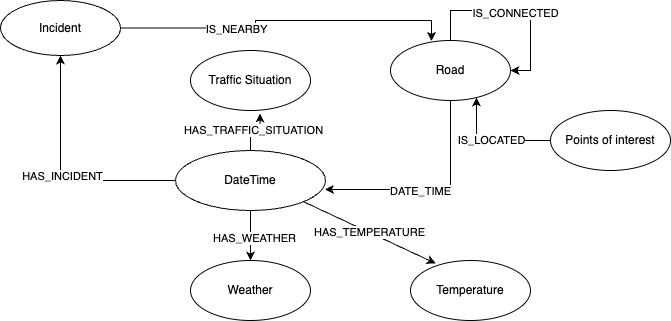
The draw.io diagram documents/ontology_graphic/ontology.png in yikaiyang/SS22-Knowledge-Graph, before a commit. Source tidied: cells renumbered, new cells last; positions are measured from the earlier drawing's top-left corner, leaving out a move shared by most shapes.
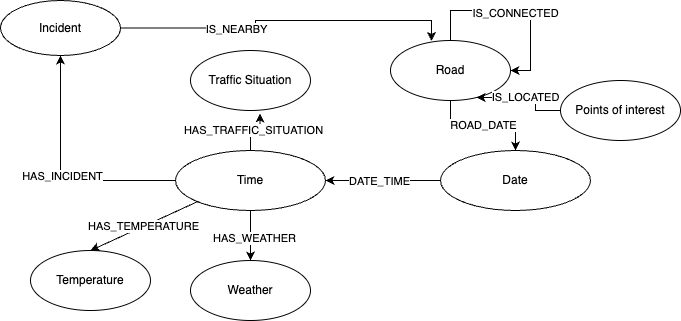
Later version of the same file.

Diff of the diagram source:
```diff
@@ -2,18 +2,9 @@
   <root>
     <mxCell id="0" />
     <mxCell id="1" parent="0" />
-    <mxCell id="2" style="edgeStyle=orthogonalEdgeStyle;rounded=0;jettySize=auto;html=1;entryX=0.996;entryY=0.65;entryDx=0;entryDy=0;entryPerimeter=0;" parent="1" edge="1" source="4" target="12">
-      <mxGeometry relative="1" as="geometry">
-        <Array as="points">
-          <mxPoint x="450" y="189" />
-        </Array>
-      </mxGeometry>
-    </mxCell>
-    <mxCell id="3" value="DATE_TIME" style="edgeLabel;html=1;align=center;verticalAlign=middle;" parent="2" vertex="1">
-      <mxGeometry x="0.09" y="2" relative="1" as="geometry">
-        <mxPoint x="-3" y="-1" as="offset" />
-      </mxGeometry>
-    </mxCell>
+    <mxCell id="22" value="ROAD_DATE" style="edgeStyle=orthogonalEdgeStyle;rounded=0;jettySize=auto;html=1;entryX=0.5;entryY=0;entryDx=0;entryDy=0;" parent="1" edge="1" source="4" target="24">
+      <mxGeometry relative="1" as="geometry" />
+    </mxCell>
     <mxCell id="4" value="Road" style="ellipse;whiteSpace=wrap;html=1;" parent="1" vertex="1">
       <mxGeometry x="390" y="40" width="120" height="60" as="geometry" />
     </mxCell>
@@ -21,7 +12,7 @@
       <mxGeometry relative="1" as="geometry" />
     </mxCell>
     <mxCell id="6" value="Points of interest" style="ellipse;whiteSpace=wrap;html=1;" parent="1" vertex="1">
-      <mxGeometry x="550" y="110" width="120" height="60" as="geometry" />
+      <mxGeometry x="560" y="80" width="120" height="60" as="geometry" />
     </mxCell>
     <mxCell id="7" style="edgeStyle=orthogonalEdgeStyle;rounded=0;jettySize=auto;html=1;entryX=0.5;entryY=0;entryDx=0;entryDy=0;" parent="1" edge="1" source="12" target="14">
       <mxGeometry relative="1" as="geometry" />
@@ -38,7 +29,7 @@
     <mxCell id="11" value="HAS_TRAFFIC_SITUATION" style="edgeStyle=orthogonalEdgeStyle;rounded=0;jettySize=auto;html=1;entryX=0.579;entryY=1.05;entryDx=0;entryDy=0;entryPerimeter=0;" parent="1" edge="1" source="12" target="13">
       <mxGeometry relative="1" as="geometry" />
     </mxCell>
-    <mxCell id="12" value="DateTime" style="ellipse;whiteSpace=wrap;html=1;" parent="1" vertex="1">
+    <mxCell id="12" value="Time" style="ellipse;whiteSpace=wrap;html=1;" parent="1" vertex="1">
       <mxGeometry x="175" y="150" width="150" height="60" as="geometry" />
     </mxCell>
     <mxCell id="13" value="Traffic Situation" style="ellipse;whiteSpace=wrap;html=1;" parent="1" vertex="1">
@@ -57,9 +48,9 @@
       <mxGeometry width="120" height="55" as="geometry" />
     </mxCell>
     <mxCell id="18" value="Temperature" style="ellipse;whiteSpace=wrap;html=1;" parent="1" vertex="1">
-      <mxGeometry x="410" y="260" width="120" height="60" as="geometry" />
+      <mxGeometry x="30" y="250" width="120" height="60" as="geometry" />
     </mxCell>
-    <mxCell id="19" value="HAS_TEMPERATURE" style="endArrow=classic;html=1;rounded=0;exitX=1;exitY=1;exitDx=0;exitDy=0;entryX=0.21;entryY=0.049;entryDx=0;entryDy=0;entryPerimeter=0;" parent="1" edge="1" source="12" target="18">
+    <mxCell id="19" value="HAS_TEMPERATURE" style="endArrow=classic;html=1;rounded=0;exitX=0;exitY=1;exitDx=0;exitDy=0;entryX=0.5;entryY=0;entryDx=0;entryDy=0;" parent="1" edge="1" source="12" target="18">
       <mxGeometry relative="1" as="geometry" />
     </mxCell>
     <mxCell id="20" style="edgeStyle=orthogonalEdgeStyle;rounded=0;orthogonalLoop=1;jettySize=auto;html=1;entryX=1;entryY=0.5;entryDx=0;entryDy=0;" parent="1" edge="1" source="4" target="4">
@@ -74,5 +65,16 @@
     <mxCell id="21" value="IS_CONNECTED" style="edgeLabel;html=1;align=center;verticalAlign=middle;" parent="20" vertex="1">
       <mxGeometry x="-0.01" y="-2" relative="1" as="geometry" />
     </mxCell>
+    <mxCell id="23" style="edgeStyle=orthogonalEdgeStyle;rounded=0;jettySize=auto;html=1;entryX=1;entryY=0.5;entryDx=0;entryDy=0;" parent="1" edge="1" source="24" target="12">
+      <mxGeometry relative="1" as="geometry" />
+    </mxCell>
+    <mxCell id="3" value="DATE_TIME" style="edgeLabel;html=1;align=center;verticalAlign=middle;" parent="23" vertex="1">
+      <mxGeometry x="0.1" relative="1" as="geometry">
+        <mxPoint x="1" as="offset" />
+      </mxGeometry>
+    </mxCell>
+    <mxCell id="24" value="Date" style="ellipse;whiteSpace=wrap;html=1;" parent="1" vertex="1">
+      <mxGeometry x="440" y="150" width="150" height="60" as="geometry" />
+    </mxCell>
   </root>
 </mxGraphModel>
```
